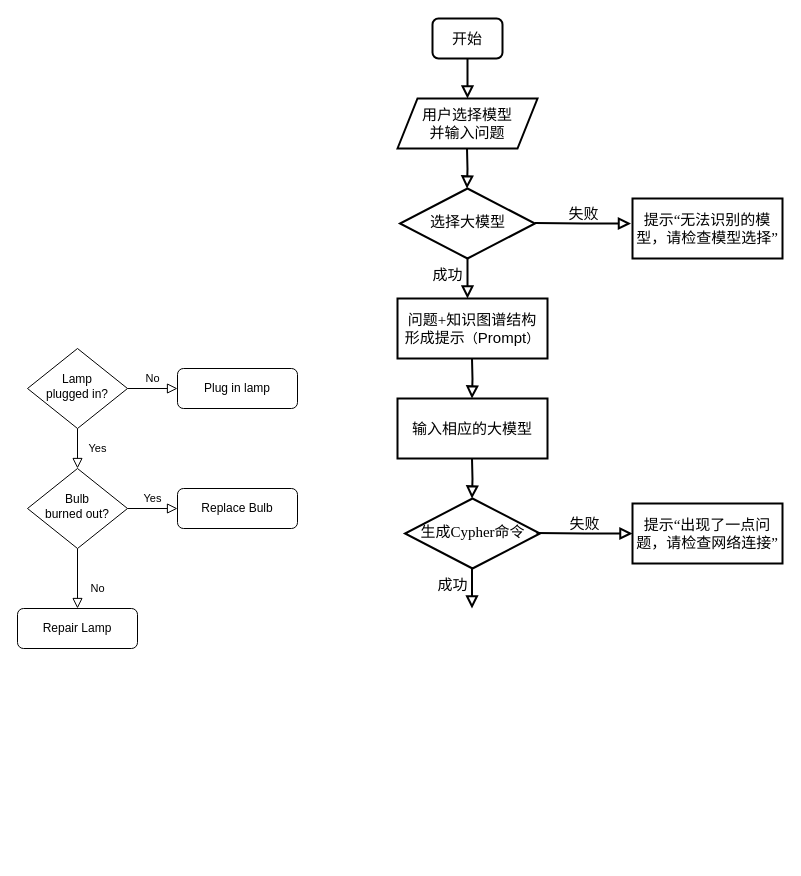
Above: 图5-1问答系统流程图.drawio in sjgcsf/software_engineering (draw.io), before the change. Source tidied: cells renumbered, new cells numbered last; positions are measured from the earlier drawing's top-left corner, leaving out a move shared by most shapes. Both pictures are drawn from the tidied source at 100%, with x=0, y=0 at pixel (17, 18).
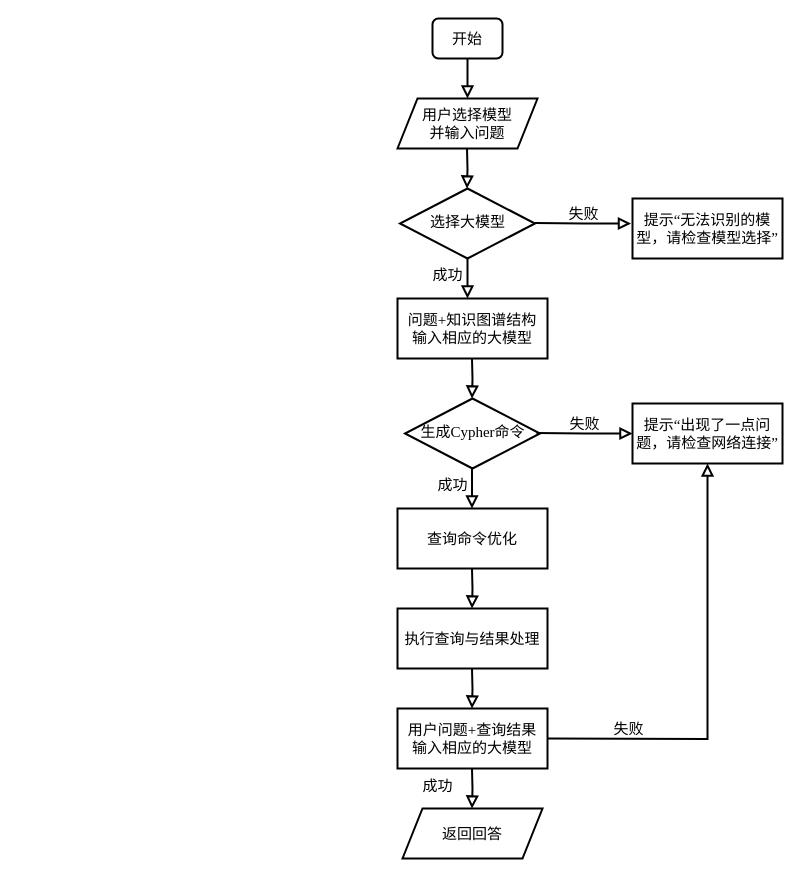
Above is the later version.

Commit message (it also covers changes not shown here):
更新图5-1问答系统流程图.drawio

Diff of the diagram source:
```diff
@@
-    <mxCell id="4" value="Yes" style="rounded=0;html=1;jettySize=auto;fontSize=11;endArrow=block;endFill=0;endSize=8;strokeWidth=1;shadow=0;labelBackgroundColor=none;edgeStyle=orthogonalEdgeStyle;" parent="1" edge="1" source="6" target="10">
-      <mxGeometry y="20" relative="1" as="geometry" />
-    </mxCell>
-    <mxCell id="5" value="No" style="edgeStyle=orthogonalEdgeStyle;rounded=0;html=1;jettySize=auto;fontSize=11;endArrow=block;endFill=0;endSize=8;strokeWidth=1;shadow=0;labelBackgroundColor=none;" parent="1" edge="1" source="6" target="7">
-      <mxGeometry y="10" relative="1" as="geometry" />
-    </mxCell>
-    <mxCell id="6" value="Lamp&lt;br&gt;plugged in?" style="rhombus;whiteSpace=wrap;html=1;shadow=0;fontFamily=Helvetica;fontSize=12;align=center;strokeWidth=1;spacing=6;spacingTop=-4;" parent="1" vertex="1">
-      <mxGeometry x="10" y="330" width="100" height="80" as="geometry" />
-    </mxCell>
-    <mxCell id="7" value="Plug in lamp" style="rounded=1;whiteSpace=wrap;html=1;fontSize=12;glass=0;strokeWidth=1;shadow=0;" parent="1" vertex="1">
-      <mxGeometry x="160" y="350" width="120" height="40" as="geometry" />
-    </mxCell>
-    <mxCell id="8" value="No" style="rounded=0;html=1;jettySize=auto;fontSize=11;endArrow=block;endFill=0;endSize=8;strokeWidth=1;shadow=0;labelBackgroundColor=none;edgeStyle=orthogonalEdgeStyle;" parent="1" edge="1" source="10" target="11">
-      <mxGeometry x="0.33" y="20" relative="1" as="geometry" />
-    </mxCell>
-    <mxCell id="9" value="Yes" style="edgeStyle=orthogonalEdgeStyle;rounded=0;html=1;jettySize=auto;fontSize=11;endArrow=block;endFill=0;endSize=8;strokeWidth=1;shadow=0;labelBackgroundColor=none;" parent="1" edge="1" source="10" target="12">
-      <mxGeometry y="10" relative="1" as="geometry" />
-    </mxCell>
-    <mxCell id="10" value="Bulb&lt;br&gt;burned out?" style="rhombus;whiteSpace=wrap;html=1;shadow=0;fontFamily=Helvetica;fontSize=12;align=center;strokeWidth=1;spacing=6;spacingTop=-4;" parent="1" vertex="1">
-      <mxGeometry x="10" y="450" width="100" height="80" as="geometry" />
-    </mxCell>
-    <mxCell id="11" value="Repair Lamp" style="rounded=1;whiteSpace=wrap;html=1;fontSize=12;glass=0;strokeWidth=1;shadow=0;" parent="1" vertex="1">
-      <mxGeometry y="590" width="120" height="40" as="geometry" />
-    </mxCell>
-    <mxCell id="12" value="Replace Bulb" style="rounded=1;whiteSpace=wrap;html=1;fontSize=12;glass=0;strokeWidth=1;shadow=0;" parent="1" vertex="1">
-      <mxGeometry x="160" y="470" width="120" height="40" as="geometry" />
-    </mxCell>
@@
-    <mxCell id="14" value="&lt;font style=&quot;font-size: 15px;&quot; face=&quot;Times New Roman&quot;&gt;问题+知识图谱结构&lt;/font&gt;&lt;div style=&quot;font-size: 15px;&quot;&gt;&lt;font style=&quot;font-size: 15px;&quot; face=&quot;liNya4RFdhPfTuIVGEPP&quot;&gt;&lt;font style=&quot;font-size: 15px;&quot;&gt;形成提示&lt;/font&gt;&lt;span style=&quot;font-size: 13px;&quot;&gt;（&lt;/span&gt;&lt;span style=&quot;font-size: 15px; text-wrap: nowrap; background-color: initial;&quot;&gt;Prompt&lt;/span&gt;&lt;span style=&quot;font-size: 13px; background-color: initial;&quot;&gt;）&lt;/span&gt;&lt;/font&gt;&lt;/div&gt;" style="rounded=0;whiteSpace=wrap;html=1;strokeColor=default;strokeWidth=2;align=center;verticalAlign=middle;fontFamily=Helvetica;fontSize=12;fontColor=default;fillColor=default;" parent="1" vertex="1">
+    <mxCell id="14" value="&lt;font style=&quot;font-size: 15px;&quot; face=&quot;Times New Roman&quot;&gt;问题+知识图谱结构&lt;/font&gt;&lt;div style=&quot;font-size: 15px;&quot;&gt;&lt;span style=&quot;font-family: &amp;quot;Times New Roman&amp;quot;;&quot;&gt;输入相应的大模型&lt;/span&gt;&lt;br&gt;&lt;/div&gt;" style="rounded=0;whiteSpace=wrap;html=1;strokeColor=default;strokeWidth=2;align=center;verticalAlign=middle;fontFamily=Helvetica;fontSize=12;fontColor=default;fillColor=default;" parent="1" vertex="1">
       <mxGeometry x="380" y="280" width="150" height="60" as="geometry" />
     </mxCell>
@@
-    <mxCell id="16" value="&lt;div style=&quot;font-size: 15px;&quot;&gt;&lt;font style=&quot;font-size: 15px;&quot; face=&quot;Times New Roman&quot;&gt;&lt;font style=&quot;font-size: 15px;&quot;&gt;输入相应的大模型&lt;/font&gt;&lt;/font&gt;&lt;/div&gt;" style="rounded=0;whiteSpace=wrap;html=1;strokeColor=default;strokeWidth=2;align=center;verticalAlign=middle;fontFamily=Helvetica;fontSize=12;fontColor=default;fillColor=default;" parent="1" vertex="1">
-      <mxGeometry x="380" y="380" width="150" height="60" as="geometry" />
-    </mxCell>
-    <mxCell id="17" style="rounded=0;html=1;jettySize=auto;orthogonalLoop=1;fontSize=11;endArrow=block;endFill=0;endSize=8;strokeWidth=2;shadow=0;labelBackgroundColor=none;edgeStyle=orthogonalEdgeStyle;entryX=0.5;entryY=0;entryDx=0;entryDy=0;" parent="1" edge="1">
-      <mxGeometry relative="1" as="geometry">
-        <mxPoint x="454.5" y="340" as="sourcePoint" />
-        <mxPoint x="454.5" y="380" as="targetPoint" />
-      </mxGeometry>
-    </mxCell>
     <mxCell id="18" value="&lt;font style=&quot;font-size: 15px;&quot; face=&quot;Times New Roman&quot;&gt;生成&lt;font style=&quot;font-size: 15px; background-color: initial;&quot;&gt;Cypher&lt;/font&gt;&lt;font style=&quot;font-size: 15px; background-color: initial;&quot;&gt;命令&lt;/font&gt;&lt;/font&gt;" style="rhombus;whiteSpace=wrap;html=1;shadow=0;fontFamily=Helvetica;fontSize=12;align=center;strokeWidth=2;spacing=6;spacingTop=-4;" parent="1" vertex="1">
-      <mxGeometry x="387.5" y="480" width="135" height="70" as="geometry" />
+      <mxGeometry x="387.5" y="380" width="135" height="70" as="geometry" />
     </mxCell>
     <mxCell id="19" style="rounded=0;html=1;jettySize=auto;orthogonalLoop=1;fontSize=11;endArrow=block;endFill=0;endSize=8;strokeWidth=2;shadow=0;labelBackgroundColor=none;edgeStyle=orthogonalEdgeStyle;entryX=0.5;entryY=0;entryDx=0;entryDy=0;" parent="1" edge="1">
       <mxGeometry relative="1" as="geometry">
-        <mxPoint x="454.5" y="440" as="sourcePoint" />
-        <mxPoint x="454.5" y="480" as="targetPoint" />
+        <mxPoint x="454.5" y="340" as="sourcePoint" />
+        <mxPoint x="454.5" y="380" as="targetPoint" />
       </mxGeometry>
     </mxCell>
     <mxCell id="20" value="&lt;font face=&quot;Times New Roman&quot; style=&quot;font-size: 15px;&quot;&gt;失败&lt;/font&gt;" style="edgeStyle=orthogonalEdgeStyle;rounded=0;html=1;jettySize=auto;orthogonalLoop=1;fontSize=11;endArrow=block;endFill=0;endSize=8;strokeWidth=2;shadow=0;labelBackgroundColor=none;" parent="1" edge="1">
       <mxGeometry y="10" relative="1" as="geometry">
-        <mxPoint x="519" y="514.5" as="sourcePoint" />
-        <mxPoint x="615" y="515" as="targetPoint" />
+        <mxPoint x="519" y="414.5" as="sourcePoint" />
+        <mxPoint x="615" y="415" as="targetPoint" />
       </mxGeometry>
     </mxCell>
     <mxCell id="21" value="&lt;div style=&quot;&quot;&gt;&lt;font face=&quot;Times New Roman&quot;&gt;&lt;span style=&quot;font-size: 15px;&quot;&gt;提示“出现了一点问题，请检查网络连接”&lt;/span&gt;&lt;/font&gt;&lt;br&gt;&lt;/div&gt;" style="rounded=0;whiteSpace=wrap;html=1;strokeColor=default;strokeWidth=2;align=center;verticalAlign=middle;fontFamily=Helvetica;fontSize=12;fontColor=default;fillColor=default;" parent="1" vertex="1">
-      <mxGeometry x="615" y="485" width="150" height="60" as="geometry" />
+      <mxGeometry x="615" y="385" width="150" height="60" as="geometry" />
     </mxCell>
@@
     <mxCell id="26" value="&lt;font face=&quot;Times New Roman&quot; style=&quot;font-size: 15px;&quot;&gt;成功&lt;/font&gt;" style="edgeStyle=orthogonalEdgeStyle;rounded=0;html=1;jettySize=auto;orthogonalLoop=1;fontSize=11;endArrow=block;endFill=0;endSize=8;strokeWidth=2;shadow=0;labelBackgroundColor=none;exitX=0.5;exitY=1;exitDx=0;exitDy=0;" parent="1" edge="1">
       <mxGeometry x="-0.2" y="-20" relative="1" as="geometry">
-        <mxPoint x="454.5" y="550" as="sourcePoint" />
-        <mxPoint x="454.5" y="590" as="targetPoint" />
+        <mxPoint x="454.5" y="450" as="sourcePoint" />
+        <mxPoint x="454.5" y="490" as="targetPoint" />
         <Array as="points">
-          <mxPoint x="454.5" y="575" />
-          <mxPoint x="454.5" y="575" />
+          <mxPoint x="454.5" y="475" />
+          <mxPoint x="454.5" y="475" />
         </Array>
       </mxGeometry>
     </mxCell>
+    <mxCell id="27" value="&lt;font face=&quot;Times New Roman&quot;&gt;&lt;span style=&quot;font-size: 15px;&quot;&gt;查询命令优化&lt;/span&gt;&lt;/font&gt;" style="rounded=0;whiteSpace=wrap;html=1;strokeColor=default;strokeWidth=2;align=center;verticalAlign=middle;fontFamily=Helvetica;fontSize=12;fontColor=default;fillColor=default;" parent="1" vertex="1">
+      <mxGeometry x="380" y="490" width="150" height="60" as="geometry" />
+    </mxCell>
+    <mxCell id="28" value="&lt;div style=&quot;&quot;&gt;&lt;font face=&quot;Times New Roman&quot;&gt;&lt;span style=&quot;font-size: 15px;&quot;&gt;执行查询与结果处理&lt;/span&gt;&lt;/font&gt;&lt;br&gt;&lt;/div&gt;" style="rounded=0;whiteSpace=wrap;html=1;strokeColor=default;strokeWidth=2;align=center;verticalAlign=middle;fontFamily=Helvetica;fontSize=12;fontColor=default;fillColor=default;" parent="1" vertex="1">
+      <mxGeometry x="380" y="590" width="150" height="60" as="geometry" />
+    </mxCell>
+    <mxCell id="29" style="rounded=0;html=1;jettySize=auto;orthogonalLoop=1;fontSize=11;endArrow=block;endFill=0;endSize=8;strokeWidth=2;shadow=0;labelBackgroundColor=none;edgeStyle=orthogonalEdgeStyle;entryX=0.5;entryY=0;entryDx=0;entryDy=0;" parent="1" edge="1">
+      <mxGeometry relative="1" as="geometry">
+        <mxPoint x="454.5" y="550" as="sourcePoint" />
+        <mxPoint x="454.5" y="590" as="targetPoint" />
+      </mxGeometry>
+    </mxCell>
+    <mxCell id="30" value="&lt;div style=&quot;&quot;&gt;&lt;font style=&quot;font-size: 15px;&quot; face=&quot;Times New Roman&quot;&gt;用户问题+查询结果&lt;/font&gt;&lt;div style=&quot;font-size: 15px;&quot;&gt;&lt;span style=&quot;font-family: &amp;quot;Times New Roman&amp;quot;;&quot;&gt;输入相应的大模型&lt;/span&gt;&lt;br&gt;&lt;/div&gt;&lt;/div&gt;" style="rounded=0;whiteSpace=wrap;html=1;strokeColor=default;strokeWidth=2;align=center;verticalAlign=middle;fontFamily=Helvetica;fontSize=12;fontColor=default;fillColor=default;" parent="1" vertex="1">
+      <mxGeometry x="380" y="690" width="150" height="60" as="geometry" />
+    </mxCell>
+    <mxCell id="31" style="rounded=0;html=1;jettySize=auto;orthogonalLoop=1;fontSize=11;endArrow=block;endFill=0;endSize=8;strokeWidth=2;shadow=0;labelBackgroundColor=none;edgeStyle=orthogonalEdgeStyle;entryX=0.5;entryY=0;entryDx=0;entryDy=0;" parent="1" edge="1">
+      <mxGeometry relative="1" as="geometry">
+        <mxPoint x="454.5" y="650" as="sourcePoint" />
+        <mxPoint x="454.5" y="690" as="targetPoint" />
+      </mxGeometry>
+    </mxCell>
+    <mxCell id="32" style="rounded=0;html=1;jettySize=auto;orthogonalLoop=1;fontSize=11;endArrow=block;endFill=0;endSize=8;strokeWidth=2;shadow=0;labelBackgroundColor=none;edgeStyle=orthogonalEdgeStyle;entryX=0.5;entryY=0;entryDx=0;entryDy=0;" parent="1" edge="1">
+      <mxGeometry relative="1" as="geometry">
+        <mxPoint x="454.5" y="750" as="sourcePoint" />
+        <mxPoint x="454.5" y="790" as="targetPoint" />
+      </mxGeometry>
+    </mxCell>
+    <mxCell id="33" value="&lt;font style=&quot;font-size: 15px;&quot; face=&quot;Times New Roman&quot;&gt;成功&lt;/font&gt;" style="edgeLabel;html=1;align=center;verticalAlign=middle;" parent="32" vertex="1">
+      <mxGeometry x="-0.19" relative="1" as="geometry">
+        <mxPoint x="-35" as="offset" />
+      </mxGeometry>
+    </mxCell>
+    <mxCell id="34" value="&lt;font face=&quot;Times New Roman&quot;&gt;&lt;span style=&quot;font-size: 15px;&quot;&gt;返回回答&lt;/span&gt;&lt;/font&gt;" style="shape=parallelogram;perimeter=parallelogramPerimeter;whiteSpace=wrap;html=1;fixedSize=1;strokeWidth=2;" parent="1" vertex="1">
+      <mxGeometry x="385" y="790" width="140" height="50" as="geometry" />
+    </mxCell>
+    <mxCell id="35" value="&lt;font face=&quot;Times New Roman&quot; style=&quot;font-size: 15px;&quot;&gt;失败&lt;/font&gt;" style="edgeStyle=orthogonalEdgeStyle;rounded=0;html=1;jettySize=auto;fontSize=11;endArrow=block;endFill=0;endSize=8;strokeWidth=2;shadow=0;labelBackgroundColor=none;entryX=0.5;entryY=1;entryDx=0;entryDy=0;" parent="1" edge="1" target="21">
+      <mxGeometry x="-0.63" y="10" relative="1" as="geometry">
+        <mxPoint x="530" y="720" as="sourcePoint" />
+      </mxGeometry>
+    </mxCell>
```
